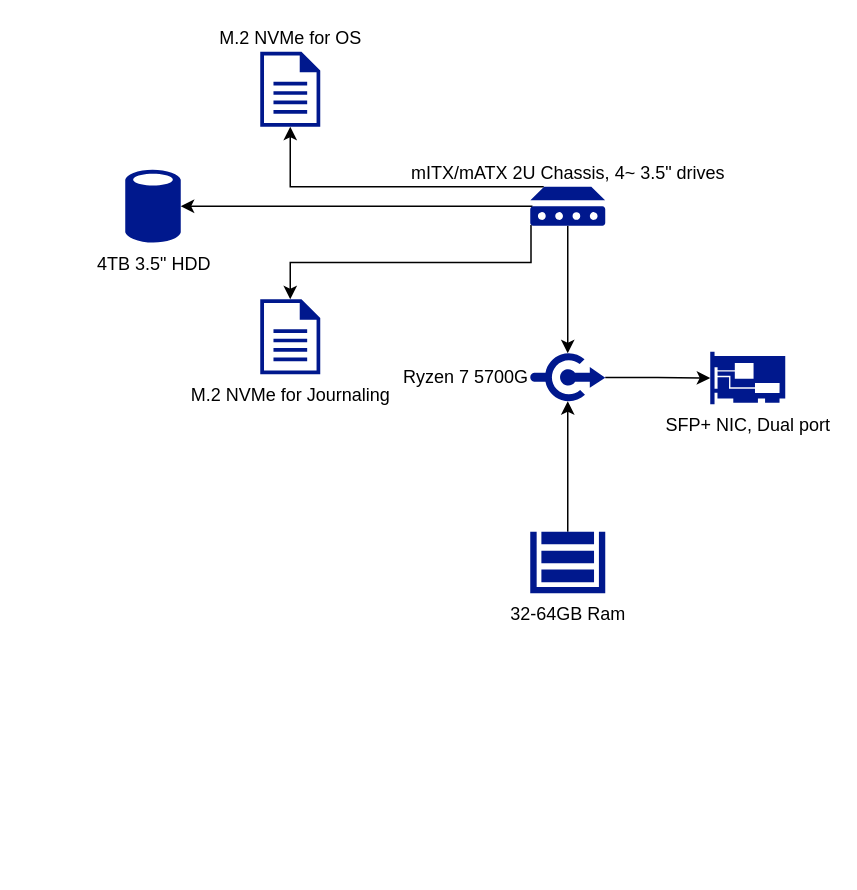
The draw.io diagram page "Ceph-2" (5 of 7) of Homelab Diagram.drawio in JPLamb193/Homelab, before the edit. Source tidied: cells renumbered, new cells numbered last; positions are measured from the earlier drawing's top-left corner, leaving out a move shared by most shapes. Both pictures are drawn from the tidied source at 150%, with x=0, y=0 at pixel (124, 51).
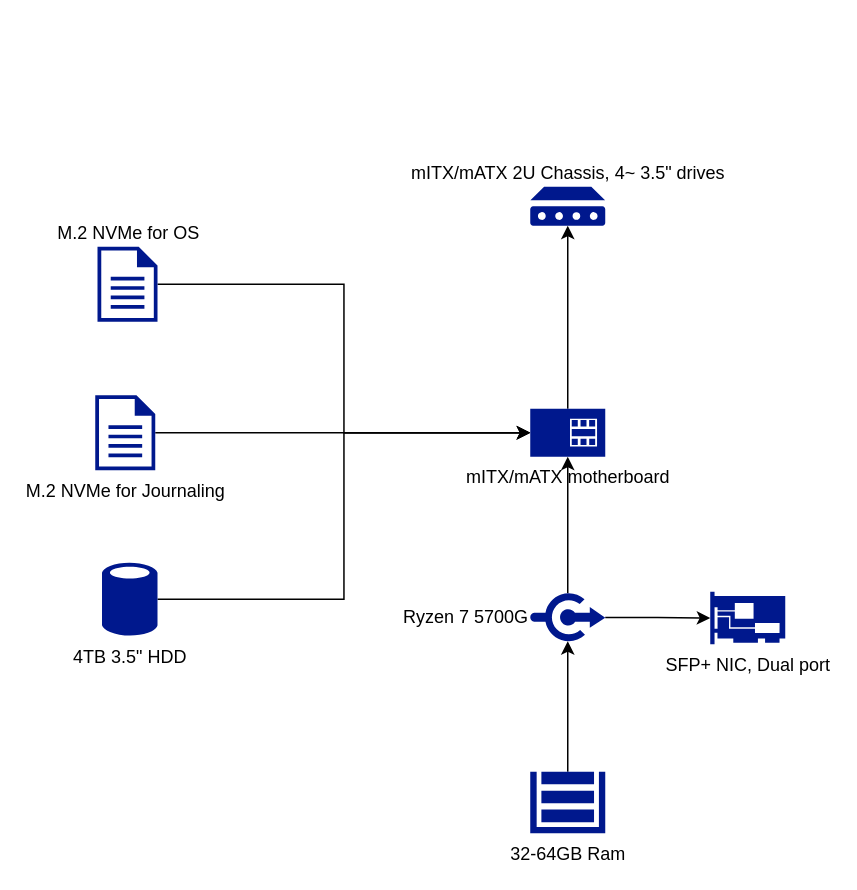
Above is the later version.

The edit, as a diff of the source:
```diff
@@
 <mxGraphModel>
   <root>
     <mxCell id="0" />
     <mxCell id="1" parent="0" />
     <mxCell id="2" value="SFP+ NIC, Dual port" style="sketch=0;shadow=0;dashed=0;html=1;strokeColor=none;labelPosition=center;verticalLabelPosition=bottom;verticalAlign=top;align=center;fillColor=#00188D;shape=mxgraph.mscae.enterprise.network_card;" parent="1" vertex="1">
-      <mxGeometry x="390" y="200" width="50" height="35" as="geometry" />
+      <mxGeometry x="390" y="360" width="50" height="35" as="geometry" />
     </mxCell>
-    <mxCell id="3" style="edgeStyle=orthogonalEdgeStyle;rounded=0;jettySize=auto;html=1;exitX=0.5;exitY=1;exitDx=0;exitDy=0;exitPerimeter=0;entryX=0.5;entryY=0.03;entryDx=0;entryDy=0;entryPerimeter=0;" parent="1" edge="1" source="7" target="9">
-      <mxGeometry relative="1" as="geometry" />
-    </mxCell>
-    <mxCell id="4" style="edgeStyle=orthogonalEdgeStyle;rounded=0;jettySize=auto;html=1;exitX=0.03;exitY=0.5;exitDx=0;exitDy=0;exitPerimeter=0;" parent="1" edge="1" source="7" target="10">
-      <mxGeometry relative="1" as="geometry" />
-    </mxCell>
-    <mxCell id="5" style="edgeStyle=orthogonalEdgeStyle;rounded=0;jettySize=auto;html=1;exitX=0.01;exitY=0.98;exitDx=0;exitDy=0;exitPerimeter=0;entryX=0.5;entryY=0;entryDx=0;entryDy=0;entryPerimeter=0;" parent="1" edge="1" source="7" target="12">
-      <mxGeometry relative="1" as="geometry" />
-    </mxCell>
-    <mxCell id="6" style="edgeStyle=orthogonalEdgeStyle;rounded=0;jettySize=auto;html=1;exitX=0.18;exitY=0;exitDx=0;exitDy=0;exitPerimeter=0;" parent="1" edge="1" source="7" target="11">
-      <mxGeometry relative="1" as="geometry">
-        <Array as="points">
-          <mxPoint x="110" y="90" />
-        </Array>
-      </mxGeometry>
-    </mxCell>
     <mxCell id="7" value="mITX/mATX 2U Chassis, 4~ 3.5&quot; drives" style="sketch=0;shadow=0;dashed=0;html=1;strokeColor=none;labelPosition=center;verticalLabelPosition=top;verticalAlign=bottom;align=center;fillColor=#00188D;shape=mxgraph.mscae.enterprise.device;" parent="1" vertex="1">
       <mxGeometry x="270" y="90" width="50" height="26" as="geometry" />
     </mxCell>
     <mxCell id="8" style="edgeStyle=orthogonalEdgeStyle;rounded=0;jettySize=auto;html=1;exitX=1;exitY=0.505;exitDx=0;exitDy=0;exitPerimeter=0;" parent="1" edge="1" source="9" target="2">
       <mxGeometry relative="1" as="geometry" />
     </mxCell>
+    <mxCell id="15" style="edgeStyle=orthogonalEdgeStyle;rounded=0;jettySize=auto;html=1;exitX=0.5;exitY=0.03;exitDx=0;exitDy=0;exitPerimeter=0;entryX=0.5;entryY=1;entryDx=0;entryDy=0;entryPerimeter=0;" parent="1" edge="1" source="9" target="20">
+      <mxGeometry relative="1" as="geometry" />
+    </mxCell>
     <mxCell id="9" value="Ryzen 7 5700G" style="sketch=0;shadow=0;dashed=0;html=1;strokeColor=none;labelPosition=left;verticalLabelPosition=middle;verticalAlign=middle;align=right;fillColor=#00188D;shape=mxgraph.mscae.enterprise.connectors;" parent="1" vertex="1">
-      <mxGeometry x="270" y="200" width="50" height="34" as="geometry" />
+      <mxGeometry x="270" y="360" width="50" height="34" as="geometry" />
     </mxCell>
+    <mxCell id="16" style="edgeStyle=orthogonalEdgeStyle;rounded=0;jettySize=auto;html=1;exitX=1;exitY=0.5;exitDx=0;exitDy=0;exitPerimeter=0;entryX=0;entryY=0.5;entryDx=0;entryDy=0;entryPerimeter=0;" parent="1" edge="1" source="10" target="20">
+      <mxGeometry relative="1" as="geometry" />
+    </mxCell>
     <mxCell id="10" value="4TB 3.5&quot; HDD" style="sketch=0;shadow=0;dashed=0;html=1;strokeColor=none;labelPosition=center;verticalLabelPosition=bottom;verticalAlign=top;align=center;fillColor=#00188D;shape=mxgraph.mscae.enterprise.database_generic;" parent="1" vertex="1">
-      <mxGeometry y="78" width="37" height="50" as="geometry" />
+      <mxGeometry x="-15.5" y="340" width="37" height="50" as="geometry" />
     </mxCell>
+    <mxCell id="17" style="edgeStyle=orthogonalEdgeStyle;rounded=0;jettySize=auto;html=1;exitX=1;exitY=0.5;exitDx=0;exitDy=0;exitPerimeter=0;entryX=0;entryY=0.5;entryDx=0;entryDy=0;entryPerimeter=0;" parent="1" edge="1" source="11" target="20">
+      <mxGeometry relative="1" as="geometry" />
+    </mxCell>
     <mxCell id="11" value="M.2 NVMe for OS" style="sketch=0;shadow=0;dashed=0;html=1;strokeColor=none;labelPosition=center;verticalLabelPosition=top;verticalAlign=bottom;align=center;fillColor=#00188D;shape=mxgraph.mscae.enterprise.document;" parent="1" vertex="1">
-      <mxGeometry x="90" width="40" height="50" as="geometry" />
+      <mxGeometry x="-18.5" y="130" width="40" height="50" as="geometry" />
     </mxCell>
+    <mxCell id="18" style="edgeStyle=orthogonalEdgeStyle;rounded=0;jettySize=auto;html=1;exitX=1;exitY=0.5;exitDx=0;exitDy=0;exitPerimeter=0;entryX=0;entryY=0.5;entryDx=0;entryDy=0;entryPerimeter=0;" parent="1" edge="1" source="12" target="20">
+      <mxGeometry relative="1" as="geometry" />
+    </mxCell>
     <mxCell id="12" value="M.2 NVMe for Journaling" style="sketch=0;shadow=0;dashed=0;html=1;strokeColor=none;labelPosition=center;verticalLabelPosition=bottom;verticalAlign=top;align=center;fillColor=#00188D;shape=mxgraph.mscae.enterprise.document;" parent="1" vertex="1">
-      <mxGeometry x="90" y="165" width="40" height="50" as="geometry" />
+      <mxGeometry x="-20" y="229" width="40" height="50" as="geometry" />
     </mxCell>
     <mxCell id="13" style="edgeStyle=orthogonalEdgeStyle;rounded=0;jettySize=auto;html=1;exitX=0.5;exitY=0;exitDx=0;exitDy=0;exitPerimeter=0;entryX=0.5;entryY=0.97;entryDx=0;entryDy=0;entryPerimeter=0;" parent="1" edge="1" source="14" target="9">
       <mxGeometry relative="1" as="geometry" />
     </mxCell>
     <mxCell id="14" value="32-64GB Ram" style="sketch=0;shadow=0;dashed=0;html=1;strokeColor=none;labelPosition=center;verticalLabelPosition=bottom;verticalAlign=top;align=center;fillColor=#00188D;shape=mxgraph.mscae.enterprise.storage;" parent="1" vertex="1">
-      <mxGeometry x="270" y="320" width="50" height="41" as="geometry" />
+      <mxGeometry x="270" y="480" width="50" height="41" as="geometry" />
     </mxCell>
+    <mxCell id="19" style="edgeStyle=orthogonalEdgeStyle;rounded=0;jettySize=auto;html=1;exitX=0.5;exitY=0;exitDx=0;exitDy=0;exitPerimeter=0;entryX=0.5;entryY=1;entryDx=0;entryDy=0;entryPerimeter=0;" parent="1" edge="1" source="20" target="7">
+      <mxGeometry relative="1" as="geometry" />
+    </mxCell>
+    <mxCell id="20" value="mITX/mATX motherboard" style="sketch=0;shadow=0;dashed=0;html=1;strokeColor=none;labelPosition=center;verticalLabelPosition=bottom;verticalAlign=top;align=center;fillColor=#00188D;shape=mxgraph.mscae.enterprise.smartcard;" parent="1" vertex="1">
+      <mxGeometry x="270" y="238" width="50" height="32" as="geometry" />
+    </mxCell>
   </root>
 </mxGraphModel>
```
